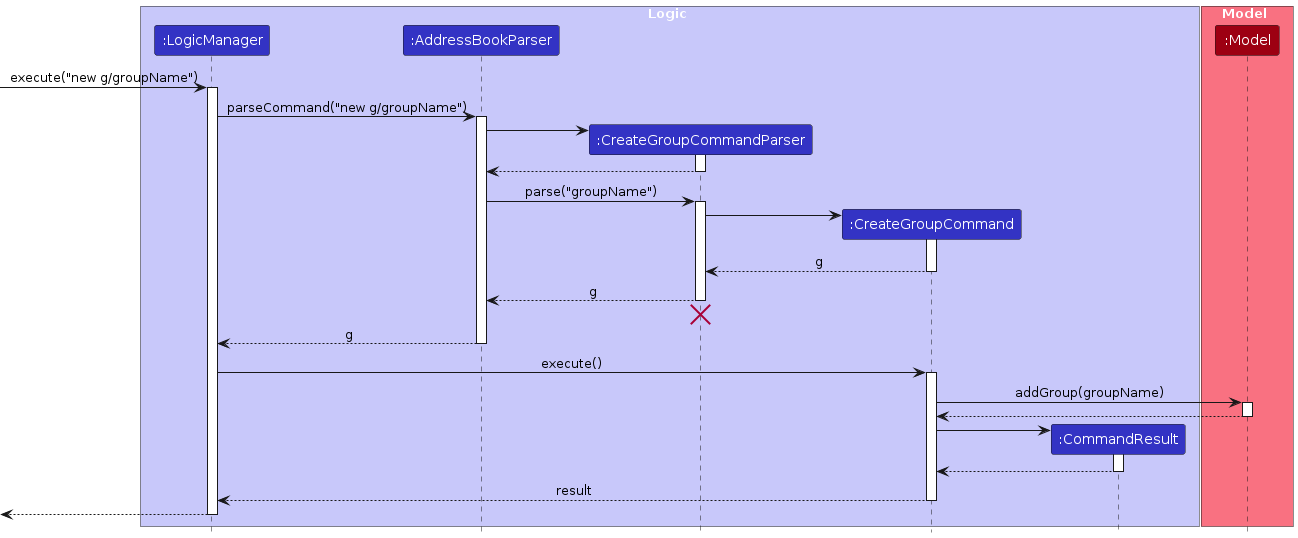
Above: diagrams/CreateGroupSequenceDiagram.png in Kailash201/tp (PlantUML), before the change. Its source is kept beside it as diagrams/CreateGroupSequenceDiagram.puml. Its diagram source:
```plantuml
@startuml
!include style.puml
skinparam ArrowFontStyle plain

box Logic LOGIC_COLOR_T1
participant ":LogicManager" as LogicManager LOGIC_COLOR
participant ":AddressBookParser" as AddressBookParser LOGIC_COLOR
participant ":CreateGroupCommandParser" as CreateGroupCommandParser LOGIC_COLOR
participant ":CreateGroupCommand" as CreateGroupCommand LOGIC_COLOR
participant ":CommandResult" as CommandResult LOGIC_COLOR
end box

box Model MODEL_COLOR_T1
participant ":Model" as Model MODEL_COLOR
end box

[-> LogicManager : execute("new g/groupName")
activate LogicManager

LogicManager -> AddressBookParser : parseCommand("new g/groupName")
activate AddressBookParser

create CreateGroupCommandParser
AddressBookParser -> CreateGroupCommandParser
activate CreateGroupCommandParser

CreateGroupCommandParser --> AddressBookParser
deactivate CreateGroupCommandParser

AddressBookParser -> CreateGroupCommandParser : parse("groupName")
activate CreateGroupCommandParser

create CreateGroupCommand
CreateGroupCommandParser -> CreateGroupCommand
activate CreateGroupCommand

CreateGroupCommand --> CreateGroupCommandParser : g
deactivate CreateGroupCommand

CreateGroupCommandParser --> AddressBookParser : g
deactivate CreateGroupCommandParser
CreateGroupCommandParser -[hidden]-> AddressBookParser
destroy CreateGroupCommandParser

AddressBookParser --> LogicManager : g
deactivate AddressBookParser

LogicManager -> CreateGroupCommand : execute()
activate CreateGroupCommand

CreateGroupCommand -> Model : addGroup(groupName)
activate Model

Model --> CreateGroupCommand
deactivate Model

create CommandResult
CreateGroupCommand -> CommandResult
activate CommandResult

CommandResult --> CreateGroupCommand
deactivate CommandResult

CreateGroupCommand --> LogicManager : result
deactivate CreateGroupCommand

[<--LogicManager
deactivate LogicManager
@enduml
```
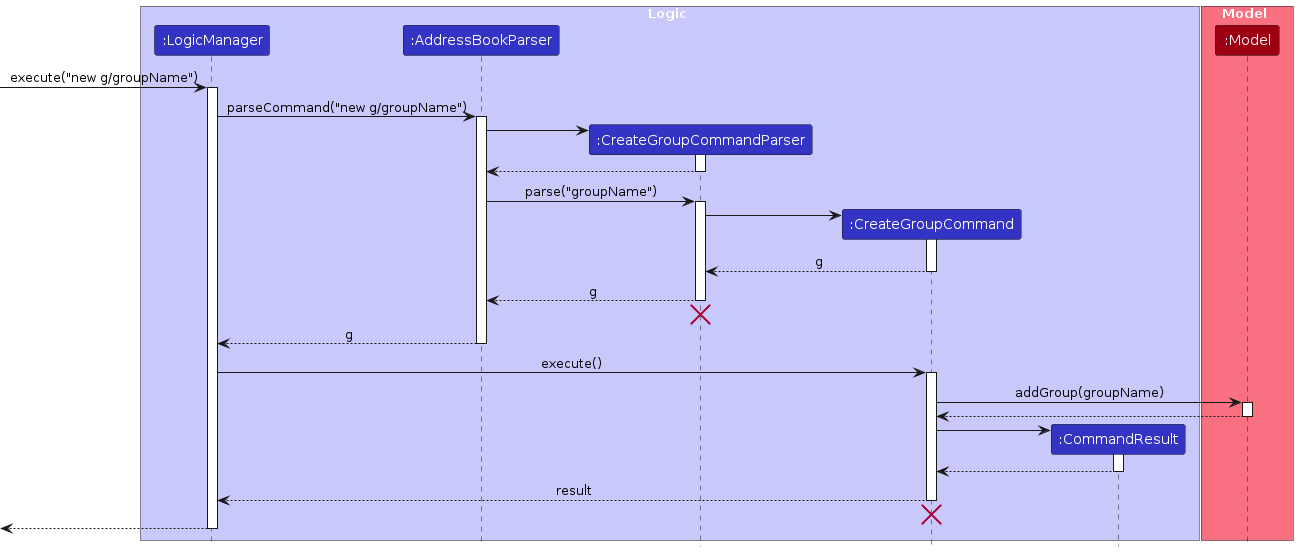
Later version of the same file.

Change to the diagram source:
```diff
@@ -64,6 +64,9 @@
 CreateGroupCommand --> LogicManager : result
 deactivate CreateGroupCommand
 
+CreateGroupCommand -[hidden]-> AddressBookParser
+destroy CreateGroupCommand
+
 [<--LogicManager
 deactivate LogicManager
 @enduml
```
